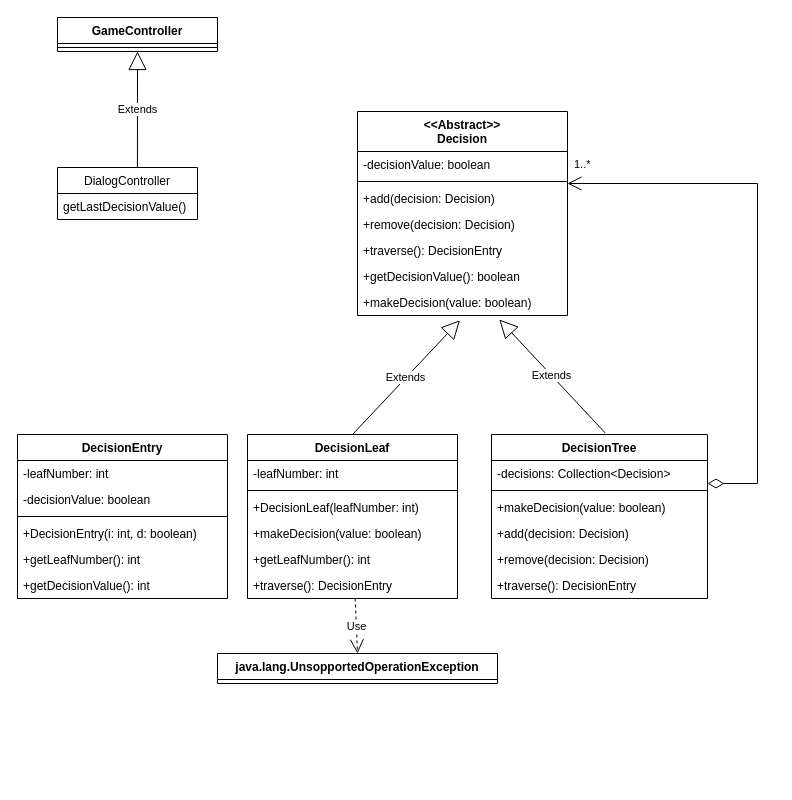
Earlier version of the draw.io diagram log/diagrams/UML/Raffaele/Secondo sprint - tasks.drawio (weiss25r/Progetto-ISS-2022-2023). Source tidied: cells renumbered, new cells numbered last; positions are measured from the earlier drawing's top-left corner, leaving out a move shared by most shapes. Both pictures are drawn from the tidied source at 100%, with x=0, y=0 at pixel (17, 17).
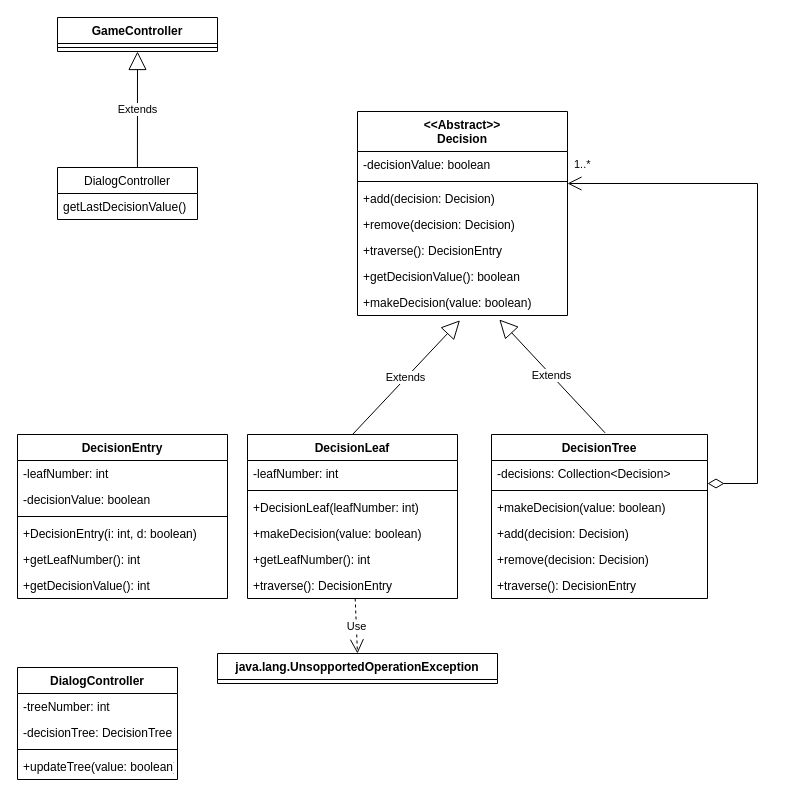
Above is the later version.

What changed in the source:
```diff
@@
+    <mxCell id="41" value="DialogController" style="swimlane;fontStyle=1;align=center;verticalAlign=top;horizontal=1;startSize=26;" parent="1" vertex="1">
+      <mxGeometry y="650" width="160" height="112" as="geometry" />
+    </mxCell>
+    <mxCell id="42" value="-treeNumber: int" style="text;strokeColor=none;fillColor=none;align=left;verticalAlign=top;spacingLeft=4;spacingRight=4;overflow=hidden;" parent="41" vertex="1">
+      <mxGeometry y="26" width="160" height="26" as="geometry" />
+    </mxCell>
+    <mxCell id="43" value="-decisionTree: DecisionTree" style="text;strokeColor=none;fillColor=none;align=left;verticalAlign=top;spacingLeft=4;spacingRight=4;overflow=hidden;" parent="41" vertex="1">
+      <mxGeometry y="52" width="160" height="26" as="geometry" />
+    </mxCell>
+    <mxCell id="44" style="line;strokeWidth=1;fillColor=none;align=left;verticalAlign=middle;spacingTop=-1;spacingLeft=3;spacingRight=3;labelPosition=right;strokeColor=inherit;" parent="41" vertex="1">
+      <mxGeometry y="78" width="160" height="8" as="geometry" />
+    </mxCell>
+    <mxCell id="45" value="+updateTree(value: boolean)" style="text;strokeColor=none;fillColor=none;align=left;verticalAlign=top;spacingLeft=4;spacingRight=4;overflow=hidden;" parent="41" vertex="1">
+      <mxGeometry y="86" width="160" height="26" as="geometry" />
+    </mxCell>
```
